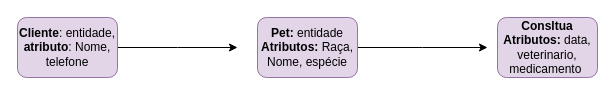
The draw.io diagram python/Teste_minimundo.drawio in pedro1093/programacao-geral, before the edit. Source tidied: cells renumbered, new cells numbered last; positions are measured from the earlier drawing's top-left corner, leaving out a move shared by most shapes. Both pictures are drawn from the tidied source at 100%, with x=0, y=0 at pixel (17, 17).
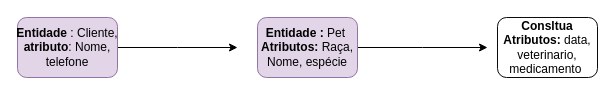
Above is the later version.

Change to the diagram source:
```diff
@@
 <mxGraphModel background="light-dark(#FFFFFF,#000000)">
   <root>
     <mxCell id="0" />
     <mxCell id="1" parent="0" />
     <mxCell id="2" style="edgeStyle=orthogonalEdgeStyle;rounded=0;jettySize=auto;html=1;strokeColor=light-dark(#000000,#FFFFFF);" parent="1" edge="1" source="3">
       <mxGeometry relative="1" as="geometry">
         <mxPoint x="220" y="30" as="targetPoint" />
       </mxGeometry>
     </mxCell>
-    <mxCell id="3" value="&lt;font dir=&quot;auto&quot; style=&quot;vertical-align: inherit; color: light-dark(rgb(0, 0, 0), rgb(0, 0, 0));&quot;&gt;&lt;b&gt;Cliente&lt;/b&gt;: entidade, &lt;b&gt;atributo&lt;/b&gt;: Nome, telefone&lt;/font&gt;" style="rounded=1;whiteSpace=wrap;html=1;fillColor=light-dark(#E1D5E7,#FFFFFF);strokeColor=light-dark(#9673A6,#000000);" parent="1" vertex="1">
+    <mxCell id="3" value="&lt;font dir=&quot;auto&quot; style=&quot;vertical-align: inherit; color: light-dark(rgb(0, 0, 0), rgb(0, 0, 0));&quot;&gt;&lt;b&gt;Entidade&amp;nbsp;&lt;/b&gt;:&amp;nbsp;Cliente, &lt;b&gt;atributo&lt;/b&gt;: Nome, telefone&lt;/font&gt;" style="rounded=1;whiteSpace=wrap;html=1;fillColor=light-dark(#E1D5E7,#FFFFFF);strokeColor=light-dark(#9673A6,#000000);" parent="1" vertex="1">
       <mxGeometry width="100" height="60" as="geometry" />
     </mxCell>
     <mxCell id="4" style="edgeStyle=orthogonalEdgeStyle;rounded=0;jettySize=auto;html=1;strokeColor=light-dark(#000000,#EEEEEE);" parent="1" edge="1" source="5">
       <mxGeometry relative="1" as="geometry">
         <mxPoint x="470" y="30" as="targetPoint" />
       </mxGeometry>
     </mxCell>
-    <mxCell id="5" value="&lt;font style=&quot;color: light-dark(rgb(0, 0, 0), rgb(0, 0, 0));&quot;&gt;&lt;b style=&quot;&quot;&gt;Pet: &lt;/b&gt;entidade&lt;/font&gt;&lt;div&gt;&lt;font style=&quot;color: light-dark(rgb(0, 0, 0), rgb(0, 0, 0));&quot;&gt;&lt;b style=&quot;&quot;&gt;Atributos: &lt;/b&gt;Raça, Nome, espécie&lt;/font&gt;&lt;/div&gt;" style="rounded=1;whiteSpace=wrap;html=1;fillColor=light-dark(#E1D5E7,#FFFFFF);strokeColor=light-dark(#9673A6,#000000);" parent="1" vertex="1">
+    <mxCell id="5" value="&lt;font style=&quot;color: light-dark(rgb(0, 0, 0), rgb(0, 0, 0));&quot;&gt;&lt;b&gt;Entidade&amp;nbsp;&lt;/b&gt;&lt;b style=&quot;&quot;&gt;:&amp;nbsp;&lt;/b&gt;Pet&lt;b style=&quot;&quot;&gt;&amp;nbsp;&lt;/b&gt;&lt;/font&gt;&lt;div&gt;&lt;font style=&quot;color: light-dark(rgb(0, 0, 0), rgb(0, 0, 0));&quot;&gt;&lt;b style=&quot;&quot;&gt;Atributos: &lt;/b&gt;Raça, Nome, espécie&lt;/font&gt;&lt;/div&gt;" style="rounded=1;whiteSpace=wrap;html=1;fillColor=light-dark(#E1D5E7,#FFFFFF);strokeColor=light-dark(#9673A6,#000000);" parent="1" vertex="1">
       <mxGeometry x="240" width="100" height="60" as="geometry" />
     </mxCell>
-    <mxCell id="6" value="&lt;font style=&quot;color: light-dark(rgb(0, 0, 0), rgb(0, 0, 0));&quot;&gt;&lt;b style=&quot;&quot;&gt;Consltua&lt;/b&gt;&lt;/font&gt;&lt;div&gt;&lt;font style=&quot;color: light-dark(rgb(0, 0, 0), rgb(0, 0, 0));&quot;&gt;&lt;b style=&quot;&quot;&gt;Atributos: &lt;/b&gt;data, veterinario, medicamento&lt;b style=&quot;&quot;&gt;&amp;nbsp;&lt;/b&gt;&lt;/font&gt;&lt;/div&gt;" style="rounded=1;whiteSpace=wrap;html=1;fillColor=light-dark(#E1D5E7,#F9F9F9);strokeColor=light-dark(#9673A6,#000000);" parent="1" vertex="1">
+    <mxCell id="6" value="&lt;font style=&quot;color: light-dark(rgb(0, 0, 0), rgb(0, 0, 0));&quot;&gt;&lt;b style=&quot;&quot;&gt;Consltua&lt;/b&gt;&lt;/font&gt;&lt;div&gt;&lt;font style=&quot;color: light-dark(rgb(0, 0, 0), rgb(0, 0, 0));&quot;&gt;&lt;b style=&quot;&quot;&gt;Atributos: &lt;/b&gt;data, veterinario, medicamento&lt;b style=&quot;&quot;&gt;&amp;nbsp;&lt;/b&gt;&lt;/font&gt;&lt;/div&gt;" style="rounded=1;whiteSpace=wrap;html=1;fillColor=light-dark(#FFFFFF,#F9F9F9);strokeColor=light-dark(#0B0B0B,#000000);" parent="1" vertex="1">
       <mxGeometry x="480" width="100" height="60" as="geometry" />
     </mxCell>
   </root>
 </mxGraphModel>
```
